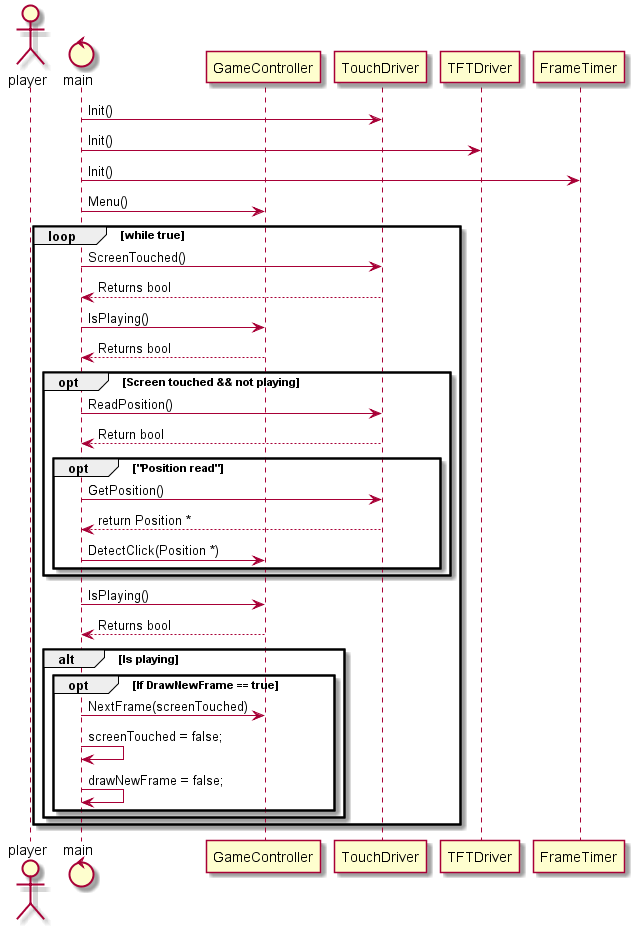
The PlantUML diagram Projekt/diagrams/out/Main/Main.png in Valdemartt/AMS, before a commit.
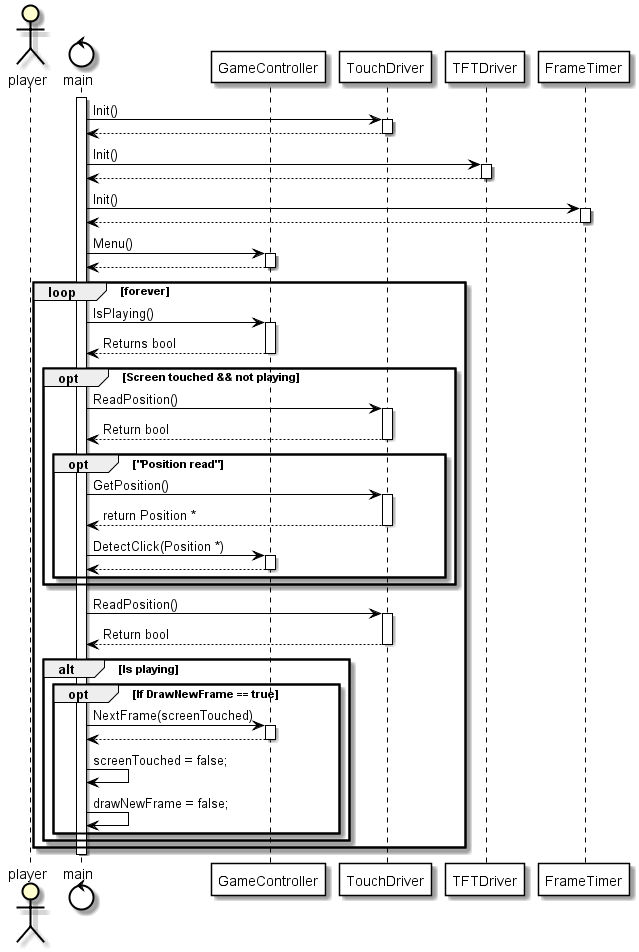
The same diagram one commit later.

What changed in the source:
```diff
@@ -1,36 +1,96 @@
 @startuml
+skinparam sequence {
+    ArrowColor Black
+    ActorBorderColor Black
+    LifeLineBorderColor Black
+    ArrowMessageAlignment center
+    ParticipantBorderColor Black
+    ParticipantBackgroundColor White
+    BoxBorderColor Black
+}
+
+skinparam Collections {
+    BorderColor Black
+    BackgroundColor White
+}
+skinparam control{
+    BorderColor Black
+    BackgroundColor White
+}
 actor player
 control main
 participant GameController
 participant TouchDriver
 participant TFTDriver
 participant FrameTimer
+
+activate main
 main -> TouchDriver : Init()
+activate TouchDriver
+TouchDriver --> main :
+deactivate TouchDriver
+
 main -> TFTDriver : Init()
+activate TFTDriver
+TFTDriver --> main
+deactivate TFTDriver
+
 main -> FrameTimer : Init()
+activate FrameTimer
+FrameTimer --> main
+deactivate FrameTimer
+
 main -> GameController : Menu()
-loop while true
-    main -> TouchDriver : ScreenTouched()
-    TouchDriver --> main : Returns bool
+activate GameController
+GameController --> main
+deactivate GameController
+
+loop forever
+
     main -> GameController : IsPlaying()
+    activate GameController
     GameController --> main : Returns bool
+    deactivate GameController
+
     opt Screen touched && not playing
+
         main -> TouchDriver : ReadPosition()
+        activate TouchDriver
         TouchDriver --> main : Return bool
+        deactivate TouchDriver
+
         opt "Position read"
+
             main -> TouchDriver : GetPosition()
+            activate TouchDriver
             TouchDriver --> main : return Position *
+            deactivate TouchDriver
+
             main -> GameController : DetectClick(Position *)
+            activate GameController
+            GameController --> main
+            deactivate GameController
+
         end
     end
-    main -> GameController : IsPlaying()
-    GameController --> main : Returns bool
+
+    main -> TouchDriver : ReadPosition()
+    activate TouchDriver
+    TouchDriver --> main : Return bool
+    deactivate TouchDriver
+
     alt Is playing
         opt If DrawNewFrame == true
+
             main -> GameController : NextFrame(screenTouched)
+            activate GameController
+            GameController --> main
+            deactivate GameController
+
             main -> main : screenTouched = false;
             main -> main : drawNewFrame = false;
         end
     end
 end
+deactivate main
 @enduml
```
